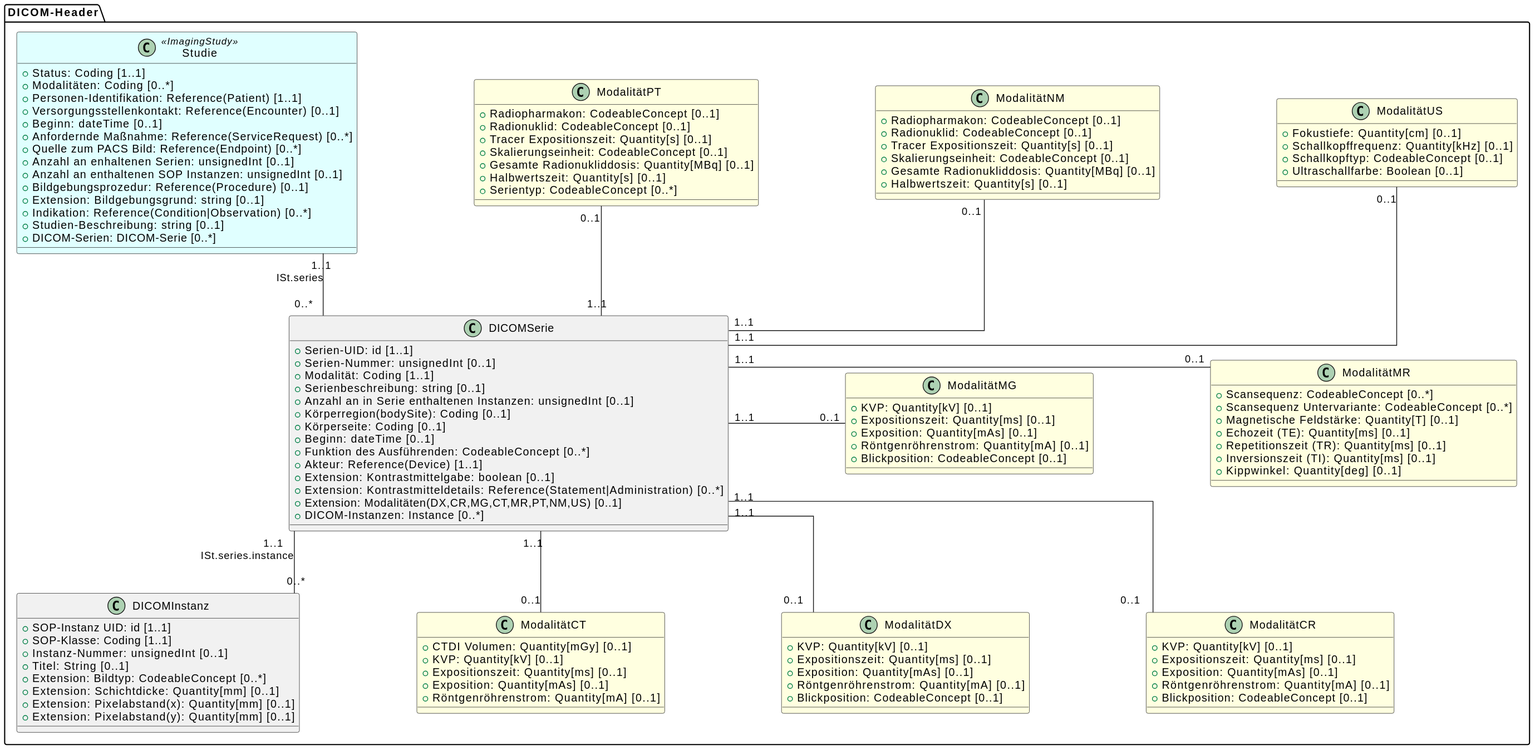
Before: implementation-guides/ImplementationGuide-Common/images/UML_Metadaten.svg, a diagram exported from PlantUML (medizininformatik-initiative/kerndatensatz-bildgebung).
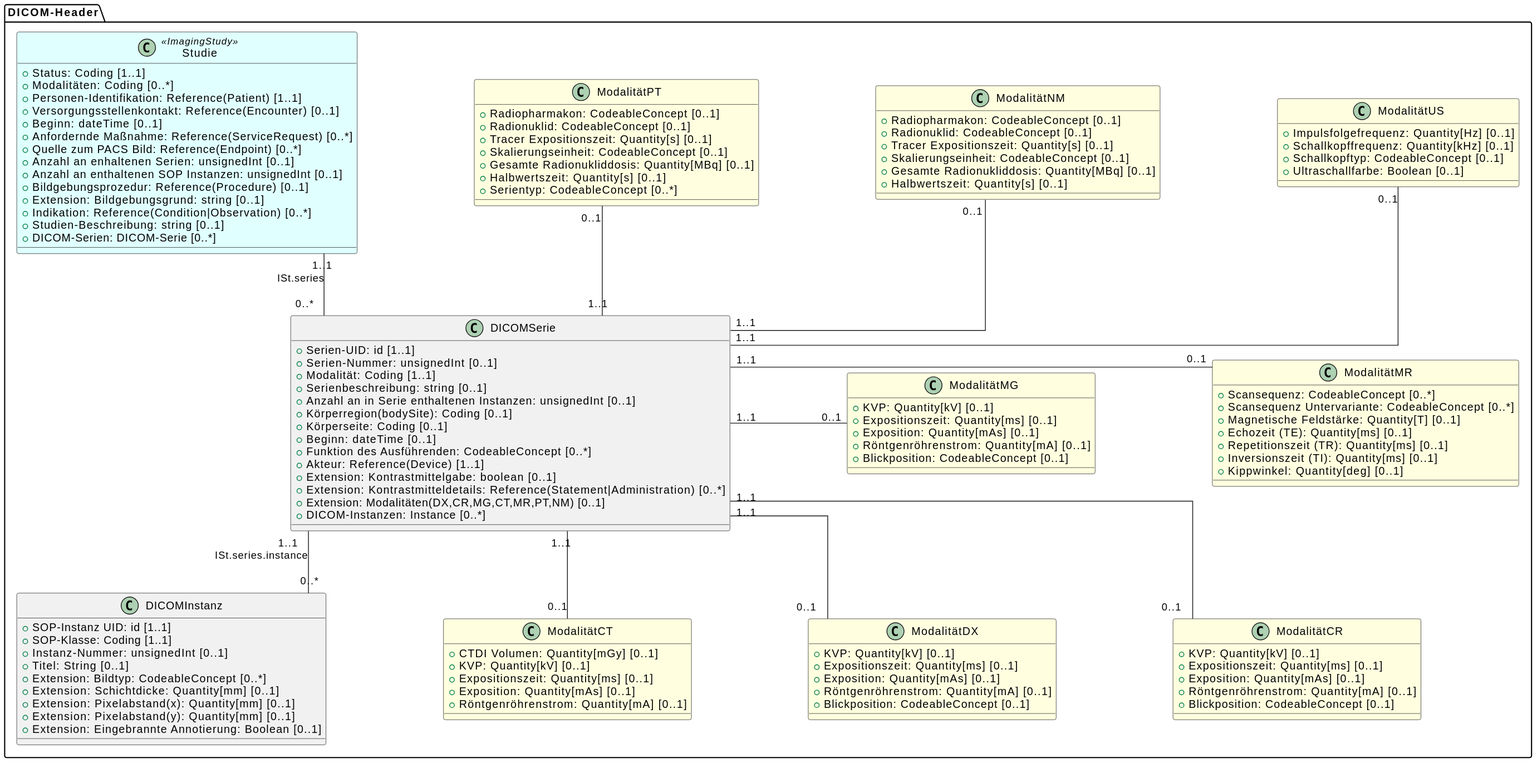
The same diagram one commit later.

Commit message:
Final UML content change

Change to the diagram source:
```diff
@@ -35,7 +35,7 @@
   + {field} Akteur: Reference(Device) [1..1]
   + Extension: Kontrastmittelgabe: boolean [0..1]
   + {field} Extension: Kontrastmitteldetails: Reference(Statement|Administration) [0..*]
-  + {field} Extension: Modalitäten(DX,CR,MG,CT,MR,PT,NM,US) [0..1]
+  + {field} Extension: Modalitäten(DX,CR,MG,CT,MR,PT,NM) [0..1]
   + DICOM-Instanzen: Instance [0..*]
   }
 
@@ -48,6 +48,7 @@
   + Extension: Schichtdicke: Quantity[mm] [0..1]
   + {field} Extension: Pixelabstand(x): Quantity[mm] [0..1]
   + {field} Extension: Pixelabstand(y): Quantity[mm] [0..1]
+  + Extension: Eingebrannte Annotierung: Boolean [0..1]
   }
 
   class ModalitätMR #LightYellow {
@@ -112,7 +113,7 @@
   }
 
   class ModalitätUS #LightYellow {
-  + Fokustiefe: Quantity[cm] [0..1]
+  + Impulsfolgefrequenz: Quantity[Hz] [0..1]
   + Schallkopffrequenz: Quantity[kHz] [0..1]
   + Schallkopftyp: CodeableConcept [0..1]
   + Ultraschallfarbe: Boolean [0..1]
```
